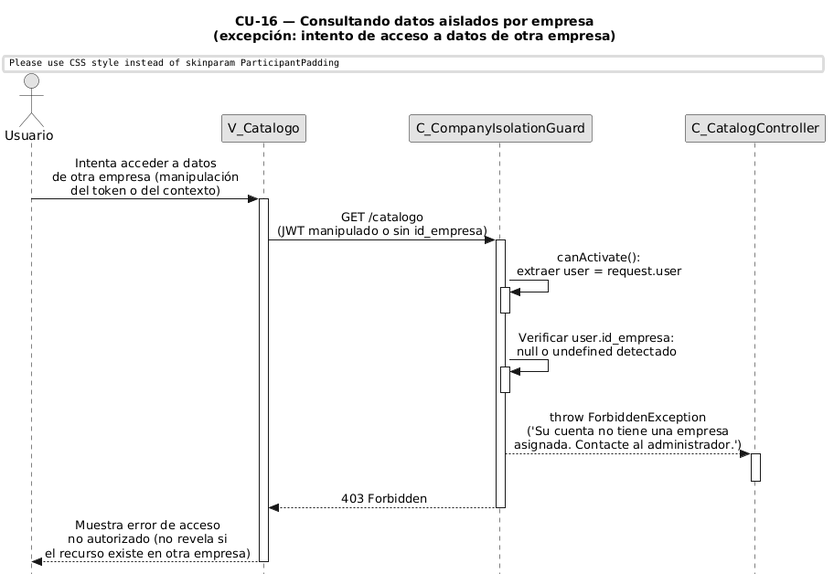
Above: diagramas-secuencia/CU16/CU16-exc-acceso-otra-empresa.png in FSM-Finet-y-Cable-Magico/Team_1-Inventario-y-Bodega (PlantUML), before the change.
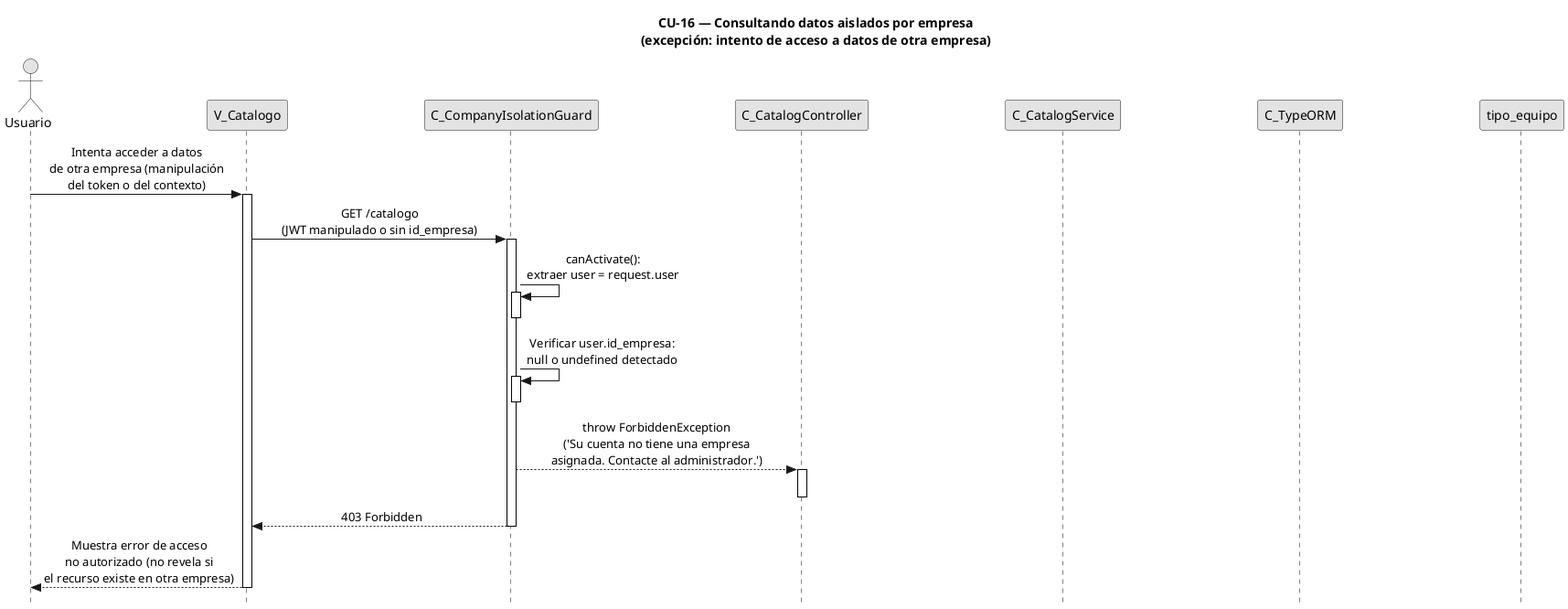
Above is the later version.

Diff of the diagram source:
```diff
@@ -1,4 +1,4 @@
-@startuml
+@startuml CU16-exc-acceso-otra-empresa
 title CU-16 — Consultando datos aislados por empresa\n(excepción: intento de acceso a datos de otra empresa)
 
 skinparam style strictuml
@@ -17,6 +17,9 @@
 participant "V_Catalogo" as view
 participant "C_CompanyIsolationGuard" as guard
 participant "C_CatalogController" as ctrl
+participant "C_CatalogService" as svc
+participant "C_TypeORM" as orm
+participant "tipo_equipo" as tent
 
 user -> view : Intenta acceder a datos\nde otra empresa (manipulación\ndel token o del contexto)
 activate view
@@ -41,4 +44,5 @@
 
 view --> user : Muestra error de acceso\nno autorizado (no revela si\nel recurso existe en otra empresa)
 deactivate view
+
 @enduml
```
